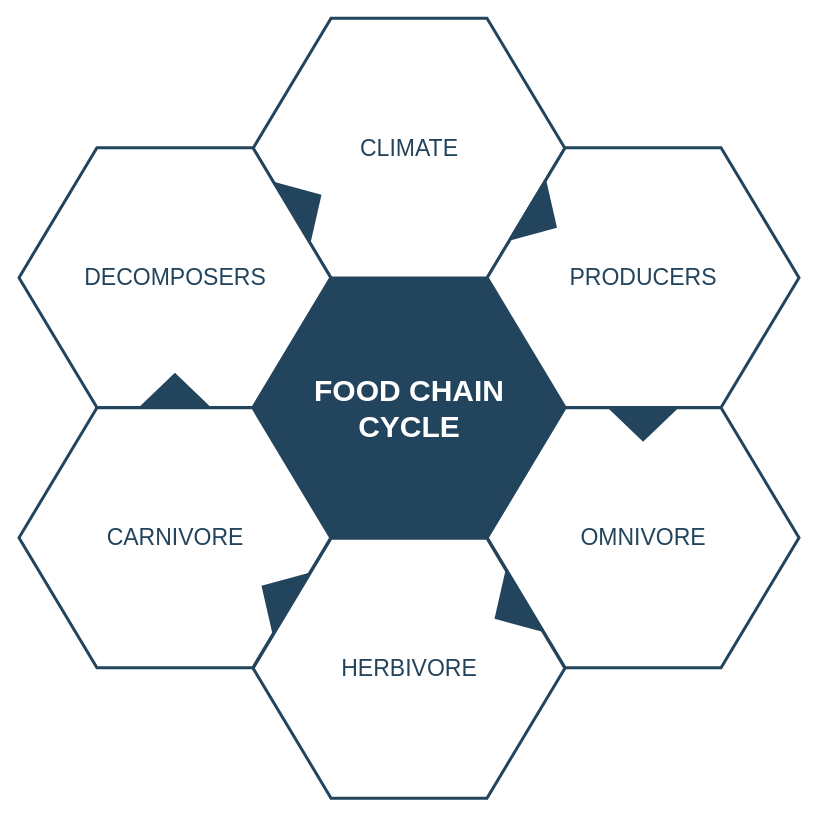
Earlier version of the draw.io diagram Untitled Diagram.drawio (songxp03/yourSQL). Source tidied: cells renumbered, new cells numbered last; positions are measured from the earlier drawing's top-left corner, leaving out a move shared by most shapes. Both pictures are drawn from the tidied source at 100%, with x=0, y=0 at pixel (18, 18).
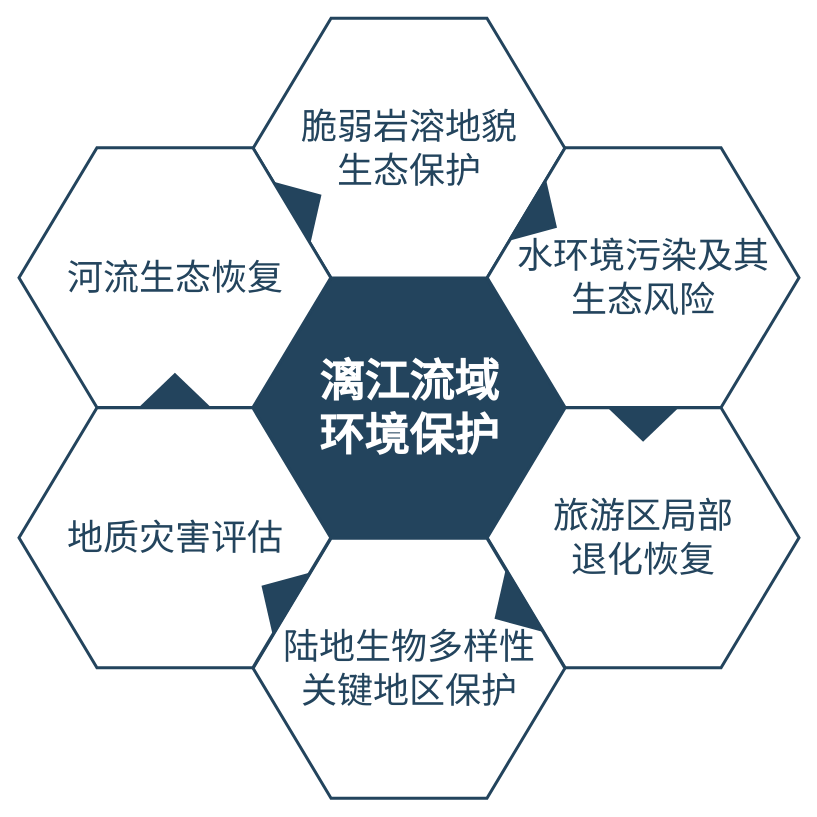
After the change.

What changed in the source:
```diff
@@
 <mxGraphModel>
   <root>
     <mxCell id="0" />
     <mxCell id="1" parent="0" />
-    <mxCell id="2" value="&lt;font style=&quot;font-size: 30px&quot; color=&quot;#ffffff&quot;&gt;&lt;b&gt;&lt;span&gt;FOOD CHAIN&lt;/span&gt;&lt;br&gt;&lt;span&gt;CYCLE&lt;/span&gt;&lt;/b&gt;&lt;/font&gt;&lt;br&gt;" style="shape=hexagon;perimeter=hexagonPerimeter2;whiteSpace=wrap;html=1;shadow=0;labelBackgroundColor=none;strokeColor=#23445D;fillColor=#23445D;gradientColor=none;fontFamily=Helvetica;fontSize=23;fontColor=#23445d;align=center;strokeWidth=3;" parent="1" vertex="1">
+    <mxCell id="2" value="&lt;font color=&quot;#ffffff&quot; style=&quot;font-size: 45px;&quot;&gt;&lt;span style=&quot;font-size: 45px;&quot;&gt;&lt;b style=&quot;font-size: 45px;&quot;&gt;漓江流域&lt;br style=&quot;font-size: 45px;&quot;&gt;环境保护&lt;/b&gt;&lt;/span&gt;&lt;/font&gt;" style="shape=hexagon;perimeter=hexagonPerimeter2;whiteSpace=wrap;html=1;shadow=0;labelBackgroundColor=none;strokeColor=#23445D;fillColor=#23445D;gradientColor=none;fontFamily=Helvetica;fontSize=45;fontColor=#23445d;align=center;strokeWidth=3;" parent="1" vertex="1">
       <mxGeometry x="234.6" y="259.8" width="311.8" height="259.9" as="geometry" />
     </mxCell>
     <mxCell id="3" style="triangle;whiteSpace=wrap;html=1;shadow=0;labelBackgroundColor=none;strokeColor=none;fillColor=#FFFFFF;fontFamily=Helvetica;fontSize=17;fontColor=#23445d;align=center;rotation=90;gradientColor=none;flipV=1;flipH=1;opacity=20;" parent="1" vertex="1">
       <mxGeometry x="115.5" y="277.7" width="72" height="152" as="geometry" />
     </mxCell>
-    <mxCell id="4" value="&lt;font style=&quot;font-size: 23px&quot;&gt;CLIMATE&lt;/font&gt;" style="shape=hexagon;perimeter=hexagonPerimeter2;whiteSpace=wrap;html=1;shadow=0;labelBackgroundColor=none;strokeColor=#23445D;fillColor=#ffffff;gradientColor=none;fontFamily=Helvetica;fontSize=23;fontColor=#23445D;align=center;strokeWidth=3;" parent="1" vertex="1">
+    <mxCell id="4" value="脆弱岩溶地貌&lt;br style=&quot;border-color: var(--border-color);&quot;&gt;生态保护" style="shape=hexagon;perimeter=hexagonPerimeter2;whiteSpace=wrap;html=1;shadow=0;labelBackgroundColor=none;strokeColor=#23445D;fillColor=#ffffff;gradientColor=none;fontFamily=Helvetica;fontSize=36;fontColor=#23445D;align=center;strokeWidth=3;" parent="1" vertex="1">
       <mxGeometry x="234.6" y="-0.3" width="311.8" height="259.9" as="geometry" />
     </mxCell>
-    <mxCell id="5" value="&lt;font style=&quot;font-size: 23px&quot;&gt;PRODUCERS&lt;/font&gt;" style="shape=hexagon;perimeter=hexagonPerimeter2;whiteSpace=wrap;html=1;shadow=0;labelBackgroundColor=none;strokeColor=#23445D;fillColor=#FFFFFF;gradientColor=none;fontFamily=Helvetica;fontSize=23;fontColor=#23445d;align=center;strokeWidth=3;" parent="1" vertex="1">
+    <mxCell id="5" value="水环境污染及其&lt;br style=&quot;font-size: 36px;&quot;&gt;生态风险" style="shape=hexagon;perimeter=hexagonPerimeter2;whiteSpace=wrap;html=1;shadow=0;labelBackgroundColor=none;strokeColor=#23445D;fillColor=#FFFFFF;gradientColor=none;fontFamily=Helvetica;fontSize=36;fontColor=#23445d;align=center;strokeWidth=3;" parent="1" vertex="1">
       <mxGeometry x="468.7" y="129.2" width="311.8" height="259.9" as="geometry" />
     </mxCell>
-    <mxCell id="6" value="&lt;font style=&quot;font-size: 23px&quot;&gt;OMNIVORE&lt;/font&gt;" style="shape=hexagon;perimeter=hexagonPerimeter2;whiteSpace=wrap;html=1;shadow=0;labelBackgroundColor=none;strokeColor=#23445D;fillColor=#FFFFFF;gradientColor=none;fontFamily=Helvetica;fontSize=23;fontColor=#23445d;align=center;strokeWidth=3;" parent="1" vertex="1">
+    <mxCell id="6" value="&lt;font style=&quot;font-size: 36px;&quot;&gt;旅游区局部&lt;br style=&quot;font-size: 36px;&quot;&gt;退化恢复&lt;/font&gt;" style="shape=hexagon;perimeter=hexagonPerimeter2;whiteSpace=wrap;html=1;shadow=0;labelBackgroundColor=none;strokeColor=#23445D;fillColor=#FFFFFF;gradientColor=none;fontFamily=Helvetica;fontSize=36;fontColor=#23445d;align=center;strokeWidth=3;" parent="1" vertex="1">
       <mxGeometry x="468.7" y="389.3" width="311.8" height="259.9" as="geometry" />
     </mxCell>
-    <mxCell id="7" value="&lt;font style=&quot;font-size: 23px&quot;&gt;HERBIVORE&lt;/font&gt;" style="shape=hexagon;perimeter=hexagonPerimeter2;whiteSpace=wrap;html=1;shadow=0;labelBackgroundColor=none;strokeColor=#23445D;fillColor=#FFFFFF;gradientColor=none;fontFamily=Helvetica;fontSize=23;fontColor=#23445d;align=center;strokeWidth=3;" parent="1" vertex="1">
+    <mxCell id="7" value="陆地生物多样性&lt;br style=&quot;font-size: 36px;&quot;&gt;关键地区保护" style="shape=hexagon;perimeter=hexagonPerimeter2;whiteSpace=wrap;html=1;shadow=0;labelBackgroundColor=none;strokeColor=#23445D;fillColor=#FFFFFF;gradientColor=none;fontFamily=Helvetica;fontSize=36;fontColor=#23445d;align=center;strokeWidth=3;" parent="1" vertex="1">
       <mxGeometry x="234.6" y="519.8" width="311.8" height="259.9" as="geometry" />
     </mxCell>
-    <mxCell id="8" value="&lt;font style=&quot;font-size: 23px&quot;&gt;CARNIVORE&lt;/font&gt;" style="shape=hexagon;perimeter=hexagonPerimeter2;whiteSpace=wrap;html=1;shadow=0;labelBackgroundColor=none;strokeColor=#23445D;fillColor=#FFFFFF;gradientColor=none;fontFamily=Helvetica;fontSize=23;fontColor=#23445d;align=center;strokeWidth=3;" parent="1" vertex="1">
+    <mxCell id="8" value="地质灾害评估" style="shape=hexagon;perimeter=hexagonPerimeter2;whiteSpace=wrap;html=1;shadow=0;labelBackgroundColor=none;strokeColor=#23445D;fillColor=#FFFFFF;gradientColor=none;fontFamily=Helvetica;fontSize=36;fontColor=#23445d;align=center;strokeWidth=3;" parent="1" vertex="1">
       <mxGeometry x="0.5" y="389.3" width="311.8" height="259.9" as="geometry" />
     </mxCell>
-    <mxCell id="9" value="&lt;font style=&quot;font-size: 23px;&quot;&gt;DECOMPOSERS&lt;/font&gt;" style="shape=hexagon;perimeter=hexagonPerimeter2;whiteSpace=wrap;html=1;shadow=0;labelBackgroundColor=none;strokeColor=#23445D;fillColor=#ffffff;gradientColor=none;fontFamily=Helvetica;fontSize=23;fontColor=#23445D;align=center;strokeWidth=3;" parent="1" vertex="1">
+    <mxCell id="9" value="&lt;font style=&quot;font-size: 36px;&quot;&gt;河流生态恢复&lt;/font&gt;" style="shape=hexagon;perimeter=hexagonPerimeter2;whiteSpace=wrap;html=1;shadow=0;labelBackgroundColor=none;strokeColor=#23445D;fillColor=#ffffff;gradientColor=none;fontFamily=Helvetica;fontSize=36;fontColor=#23445D;align=center;strokeWidth=3;" parent="1" vertex="1">
       <mxGeometry x="0.5" y="129.2" width="311.8" height="259.9" as="geometry" />
     </mxCell>
     <mxCell id="10" style="triangle;whiteSpace=wrap;html=1;shadow=0;labelBackgroundColor=none;strokeColor=none;fillColor=#23445D;fontFamily=Helvetica;fontSize=17;fontColor=#23445d;align=center;rotation=31;gradientColor=none;strokeWidth=3;" parent="1" vertex="1">
       <mxGeometry x="506" y="163.7" width="35" height="73" as="geometry" />
     </mxCell>
     <mxCell id="11" style="triangle;whiteSpace=wrap;html=1;shadow=0;labelBackgroundColor=none;strokeColor=none;fillColor=#23445D;fontFamily=Helvetica;fontSize=17;fontColor=#23445d;align=center;rotation=31;gradientColor=none;flipH=1;strokeWidth=3;" parent="1" vertex="1">
       <mxGeometry x="240.5" y="539.7" width="35" height="73" as="geometry" />
     </mxCell>
     <mxCell id="12" style="triangle;whiteSpace=wrap;html=1;shadow=0;labelBackgroundColor=none;strokeColor=none;fillColor=#23445D;fontFamily=Helvetica;fontSize=17;fontColor=#23445d;align=center;rotation=329;gradientColor=none;strokeWidth=3;" parent="1" vertex="1">
       <mxGeometry x="270.5" y="148.7" width="35" height="73" as="geometry" />
     </mxCell>
     <mxCell id="13" style="triangle;whiteSpace=wrap;html=1;shadow=0;labelBackgroundColor=none;strokeColor=none;fillColor=#23445D;fontFamily=Helvetica;fontSize=17;fontColor=#23445d;align=center;rotation=329;gradientColor=none;flipH=1;strokeWidth=3;" parent="1" vertex="1">
       <mxGeometry x="473.5" y="554.7" width="35" height="73" as="geometry" />
     </mxCell>
     <mxCell id="14" style="triangle;whiteSpace=wrap;html=1;shadow=0;labelBackgroundColor=none;strokeColor=none;fillColor=#23445D;fontFamily=Helvetica;fontSize=17;fontColor=#23445d;align=center;rotation=90;gradientColor=none;strokeWidth=3;" parent="1" vertex="1">
       <mxGeometry x="607.1" y="369.2" width="35" height="73" as="geometry" />
     </mxCell>
     <mxCell id="15" style="triangle;whiteSpace=wrap;html=1;shadow=0;labelBackgroundColor=none;strokeColor=none;fillColor=#23445D;fontFamily=Helvetica;fontSize=17;fontColor=#23445d;align=center;rotation=90;gradientColor=none;flipH=1;strokeWidth=3;" parent="1" vertex="1">
       <mxGeometry x="138.9" y="335.2" width="35" height="73" as="geometry" />
     </mxCell>
   </root>
 </mxGraphModel>
```
